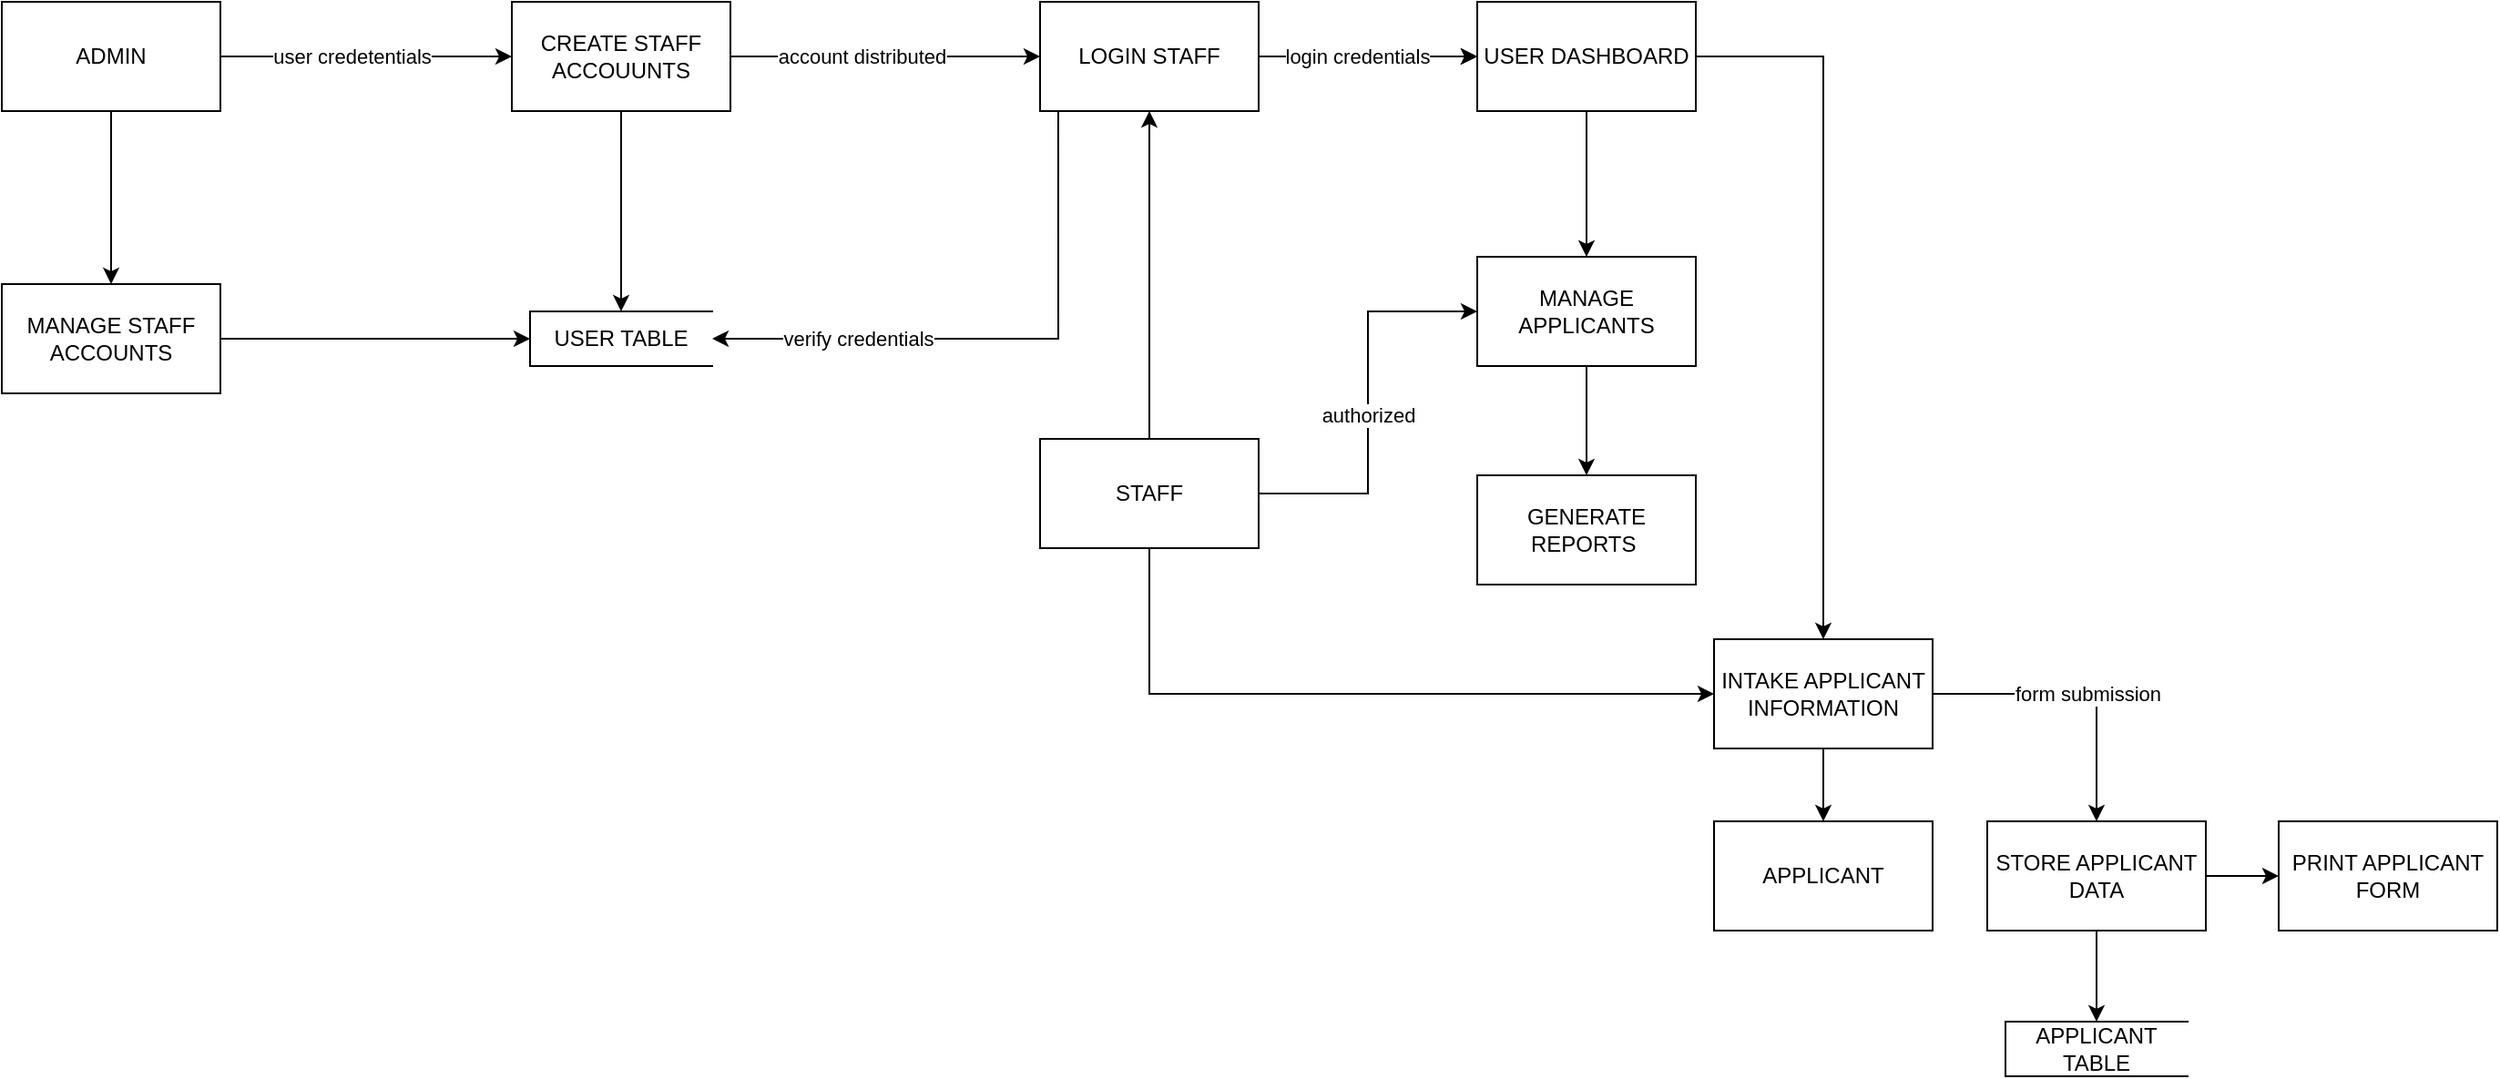
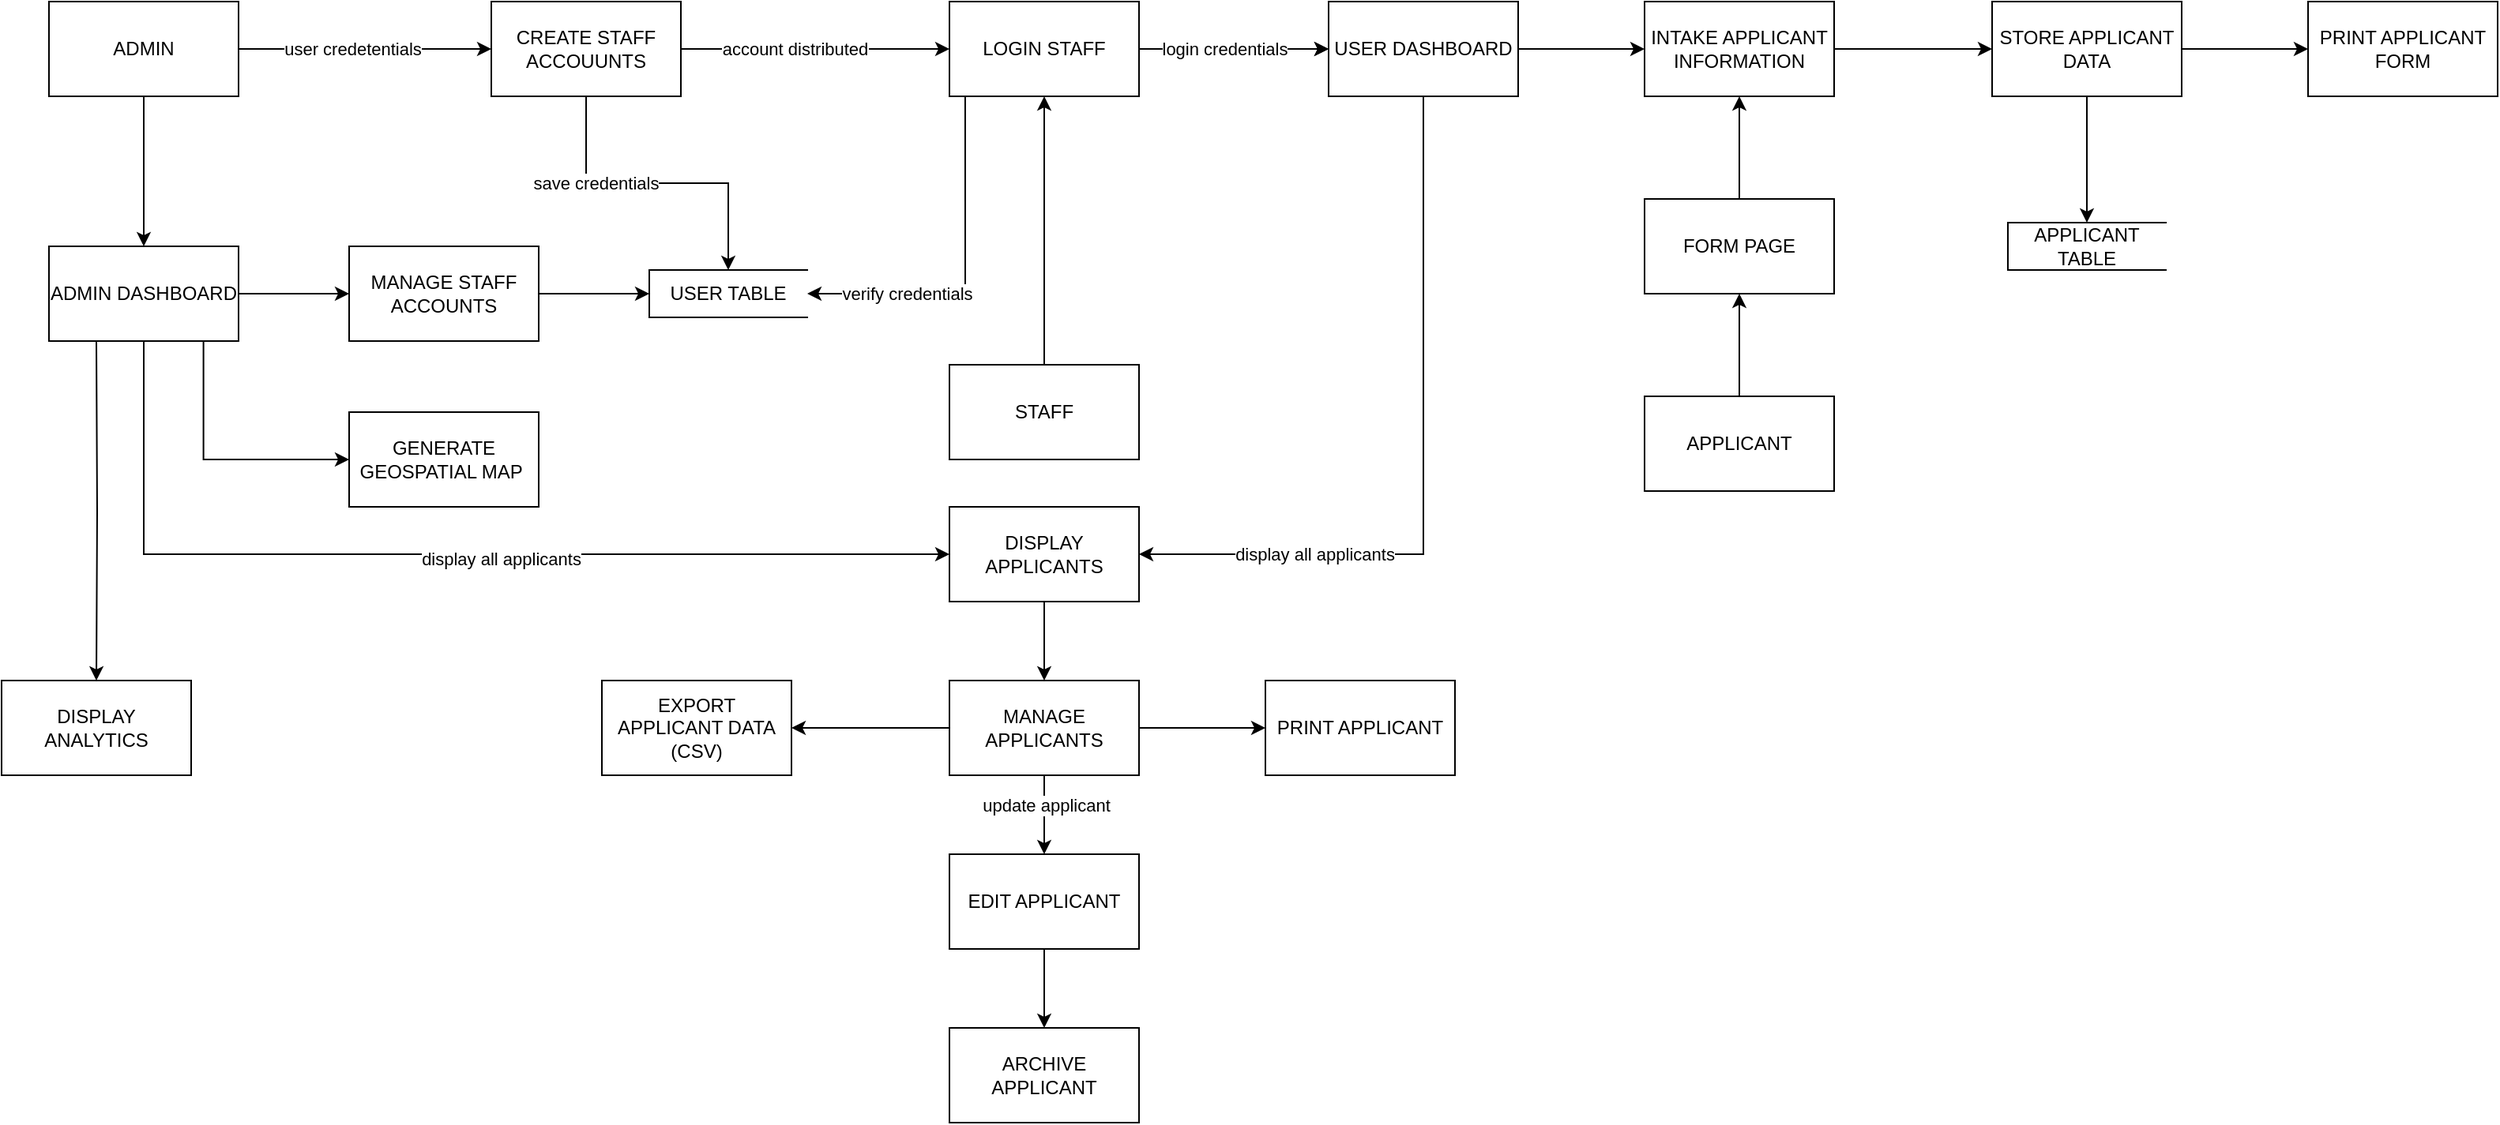
<mxfile host="app.diagrams.net" agent="Mozilla/5.0 (Windows NT 10.0; Win64; x64) AppleWebKit/537.36 (KHTML, like Gecko) Chrome/136.0.0.0 Safari/537.36" version="27.0.6">
  <diagram name="Page-1" id="t5rzh0xJjsQ6xpa7HA2k">
-     <mxGraphModel dx="2135" dy="890" grid="1" gridSize="10" guides="1" tooltips="1" connect="1" arrows="1" fold="1" page="1" pageScale="1" pageWidth="850" pageHeight="1100" math="0" shadow="0">
+     <mxGraphModel dx="1830" dy="763" grid="1" gridSize="10" guides="1" tooltips="1" connect="1" arrows="1" fold="1" page="1" pageScale="1" pageWidth="850" pageHeight="1100" math="0" shadow="0">
      <root>
        <mxCell id="0" />
        <mxCell id="1" parent="0" />
        <mxCell id="K7WplHady1vbZabaGS0h-5" value="" style="edgeStyle=orthogonalEdgeStyle;rounded=0;orthogonalLoop=1;jettySize=auto;html=1;" edge="1" parent="1" source="K7WplHady1vbZabaGS0h-1" target="K7WplHady1vbZabaGS0h-4">
          <mxGeometry relative="1" as="geometry" />
        </mxCell>
        <mxCell id="K7WplHady1vbZabaGS0h-6" value="user credetentials" style="edgeLabel;html=1;align=center;verticalAlign=middle;resizable=0;points=[];" vertex="1" connectable="0" parent="K7WplHady1vbZabaGS0h-5">
          <mxGeometry x="-0.4033" y="1" relative="1" as="geometry">
            <mxPoint x="24" y="1" as="offset" />
          </mxGeometry>
        </mxCell>
        <mxCell id="K7WplHady1vbZabaGS0h-47" value="" style="edgeStyle=orthogonalEdgeStyle;rounded=0;orthogonalLoop=1;jettySize=auto;html=1;" edge="1" parent="1" source="K7WplHady1vbZabaGS0h-1" target="K7WplHady1vbZabaGS0h-46">
          <mxGeometry relative="1" as="geometry" />
        </mxCell>
        <mxCell id="K7WplHady1vbZabaGS0h-1" value="ADMIN" style="rounded=0;whiteSpace=wrap;html=1;" vertex="1" parent="1">
          <mxGeometry x="40" y="50" width="120" height="60" as="geometry" />
        </mxCell>
        <mxCell id="K7WplHady1vbZabaGS0h-10" value="" style="edgeStyle=orthogonalEdgeStyle;rounded=0;orthogonalLoop=1;jettySize=auto;html=1;" edge="1" parent="1" source="K7WplHady1vbZabaGS0h-4" target="K7WplHady1vbZabaGS0h-9">
          <mxGeometry relative="1" as="geometry" />
        </mxCell>
        <mxCell id="K7WplHady1vbZabaGS0h-11" value="account distributed" style="edgeLabel;html=1;align=center;verticalAlign=middle;resizable=0;points=[];" vertex="1" connectable="0" parent="K7WplHady1vbZabaGS0h-10">
          <mxGeometry x="-0.16" y="-2" relative="1" as="geometry">
            <mxPoint y="-2" as="offset" />
          </mxGeometry>
        </mxCell>
        <mxCell id="K7WplHady1vbZabaGS0h-29" value="" style="edgeStyle=orthogonalEdgeStyle;rounded=0;orthogonalLoop=1;jettySize=auto;html=1;" edge="1" parent="1" source="K7WplHady1vbZabaGS0h-4" target="K7WplHady1vbZabaGS0h-28">
          <mxGeometry relative="1" as="geometry" />
        </mxCell>
+         <mxCell id="K7WplHady1vbZabaGS0h-81" value="save credentials" style="edgeLabel;html=1;align=center;verticalAlign=middle;resizable=0;points=[];" vertex="1" connectable="0" parent="K7WplHady1vbZabaGS0h-29">
+           <mxGeometry x="-0.3903" relative="1" as="geometry">
+             <mxPoint as="offset" />
+           </mxGeometry>
+         </mxCell>
        <mxCell id="K7WplHady1vbZabaGS0h-4" value="CREATE STAFF ACCOUUNTS" style="whiteSpace=wrap;html=1;rounded=0;" vertex="1" parent="1">
          <mxGeometry x="320" y="50" width="120" height="60" as="geometry" />
        </mxCell>
        <mxCell id="K7WplHady1vbZabaGS0h-13" value="" style="edgeStyle=orthogonalEdgeStyle;rounded=0;orthogonalLoop=1;jettySize=auto;html=1;" edge="1" parent="1" source="K7WplHady1vbZabaGS0h-23" target="K7WplHady1vbZabaGS0h-12">
          <mxGeometry relative="1" as="geometry" />
        </mxCell>
        <mxCell id="K7WplHady1vbZabaGS0h-24" value="" style="edgeStyle=orthogonalEdgeStyle;rounded=0;orthogonalLoop=1;jettySize=auto;html=1;" edge="1" parent="1" source="K7WplHady1vbZabaGS0h-9" target="K7WplHady1vbZabaGS0h-23">
          <mxGeometry relative="1" as="geometry" />
        </mxCell>
        <mxCell id="K7WplHady1vbZabaGS0h-30" style="edgeStyle=orthogonalEdgeStyle;rounded=0;orthogonalLoop=1;jettySize=auto;html=1;entryX=1;entryY=0.5;entryDx=0;entryDy=0;exitX=0.083;exitY=1;exitDx=0;exitDy=0;exitPerimeter=0;" edge="1" parent="1" source="K7WplHady1vbZabaGS0h-9" target="K7WplHady1vbZabaGS0h-28">
          <mxGeometry relative="1" as="geometry">
            <Array as="points">
              <mxPoint x="620" y="235" />
            </Array>
          </mxGeometry>
        </mxCell>
        <mxCell id="K7WplHady1vbZabaGS0h-31" value="verify credentials" style="edgeLabel;html=1;align=center;verticalAlign=middle;resizable=0;points=[];" vertex="1" connectable="0" parent="K7WplHady1vbZabaGS0h-30">
          <mxGeometry x="0.6146" y="4" relative="1" as="geometry">
            <mxPoint x="19" y="-4" as="offset" />
          </mxGeometry>
        </mxCell>
        <mxCell id="K7WplHady1vbZabaGS0h-9" value="LOGIN STAFF" style="rounded=0;whiteSpace=wrap;html=1;" vertex="1" parent="1">
          <mxGeometry x="610" y="50" width="120" height="60" as="geometry" />
        </mxCell>
-         <mxCell id="K7WplHady1vbZabaGS0h-19" value="" style="edgeStyle=orthogonalEdgeStyle;rounded=0;orthogonalLoop=1;jettySize=auto;html=1;" edge="1" parent="1" source="K7WplHady1vbZabaGS0h-12" target="K7WplHady1vbZabaGS0h-18">
-           <mxGeometry relative="1" as="geometry" />
-         </mxCell>
-         <mxCell id="K7WplHady1vbZabaGS0h-20" value="form submission" style="edgeLabel;html=1;align=center;verticalAlign=middle;resizable=0;points=[];" vertex="1" connectable="0" parent="K7WplHady1vbZabaGS0h-19">
-           <mxGeometry x="-0.2367" y="2" relative="1" as="geometry">
-             <mxPoint x="24" y="2" as="offset" />
-           </mxGeometry>
-         </mxCell>
-         <mxCell id="K7WplHady1vbZabaGS0h-45" value="" style="edgeStyle=orthogonalEdgeStyle;rounded=0;orthogonalLoop=1;jettySize=auto;html=1;" edge="1" parent="1" source="K7WplHady1vbZabaGS0h-12" target="K7WplHady1vbZabaGS0h-44">
+         <mxCell id="K7WplHady1vbZabaGS0h-57" value="" style="edgeStyle=orthogonalEdgeStyle;rounded=0;orthogonalLoop=1;jettySize=auto;html=1;" edge="1" parent="1" source="K7WplHady1vbZabaGS0h-12" target="K7WplHady1vbZabaGS0h-18">
          <mxGeometry relative="1" as="geometry" />
        </mxCell>
        <mxCell id="K7WplHady1vbZabaGS0h-12" value="INTAKE APPLICANT INFORMATION" style="whiteSpace=wrap;html=1;rounded=0;" vertex="1" parent="1">
-           <mxGeometry x="980" y="400" width="120" height="60" as="geometry" />
+           <mxGeometry x="1050" y="50" width="120" height="60" as="geometry" />
        </mxCell>
        <mxCell id="K7WplHady1vbZabaGS0h-17" value="" style="edgeStyle=orthogonalEdgeStyle;rounded=0;orthogonalLoop=1;jettySize=auto;html=1;" edge="1" parent="1" source="K7WplHady1vbZabaGS0h-16" target="K7WplHady1vbZabaGS0h-9">
          <mxGeometry relative="1" as="geometry" />
        </mxCell>
-         <mxCell id="K7WplHady1vbZabaGS0h-38" style="edgeStyle=orthogonalEdgeStyle;rounded=0;orthogonalLoop=1;jettySize=auto;html=1;entryX=0;entryY=0.5;entryDx=0;entryDy=0;" edge="1" parent="1" source="K7WplHady1vbZabaGS0h-16" target="K7WplHady1vbZabaGS0h-36">
-           <mxGeometry relative="1" as="geometry" />
-         </mxCell>
-         <mxCell id="K7WplHady1vbZabaGS0h-39" value="authorized" style="edgeLabel;html=1;align=center;verticalAlign=middle;resizable=0;points=[];" vertex="1" connectable="0" parent="K7WplHady1vbZabaGS0h-38">
-           <mxGeometry x="-0.058" relative="1" as="geometry">
-             <mxPoint as="offset" />
-           </mxGeometry>
-         </mxCell>
-         <mxCell id="K7WplHady1vbZabaGS0h-49" style="edgeStyle=orthogonalEdgeStyle;rounded=0;orthogonalLoop=1;jettySize=auto;html=1;entryX=0;entryY=0.5;entryDx=0;entryDy=0;" edge="1" parent="1" source="K7WplHady1vbZabaGS0h-16" target="K7WplHady1vbZabaGS0h-12">
-           <mxGeometry relative="1" as="geometry">
-             <Array as="points">
-               <mxPoint x="670" y="430" />
-             </Array>
-           </mxGeometry>
-         </mxCell>
        <mxCell id="K7WplHady1vbZabaGS0h-16" value="STAFF" style="rounded=0;whiteSpace=wrap;html=1;" vertex="1" parent="1">
-           <mxGeometry x="610" y="290" width="120" height="60" as="geometry" />
+           <mxGeometry x="610" y="280" width="120" height="60" as="geometry" />
        </mxCell>
        <mxCell id="K7WplHady1vbZabaGS0h-34" style="edgeStyle=orthogonalEdgeStyle;rounded=0;orthogonalLoop=1;jettySize=auto;html=1;entryX=0.5;entryY=0;entryDx=0;entryDy=0;" edge="1" parent="1" source="K7WplHady1vbZabaGS0h-18" target="K7WplHady1vbZabaGS0h-32">
          <mxGeometry relative="1" as="geometry" />
        </mxCell>
        <mxCell id="K7WplHady1vbZabaGS0h-43" value="" style="edgeStyle=orthogonalEdgeStyle;rounded=0;orthogonalLoop=1;jettySize=auto;html=1;" edge="1" parent="1" source="K7WplHady1vbZabaGS0h-18" target="K7WplHady1vbZabaGS0h-42">
          <mxGeometry relative="1" as="geometry" />
        </mxCell>
        <mxCell id="K7WplHady1vbZabaGS0h-18" value="STORE APPLICANT DATA" style="whiteSpace=wrap;html=1;rounded=0;" vertex="1" parent="1">
-           <mxGeometry x="1130" y="500" width="120" height="60" as="geometry" />
+           <mxGeometry x="1270" y="50" width="120" height="60" as="geometry" />
        </mxCell>
        <mxCell id="K7WplHady1vbZabaGS0h-25" value="" style="edgeStyle=orthogonalEdgeStyle;rounded=0;orthogonalLoop=1;jettySize=auto;html=1;" edge="1" parent="1" source="K7WplHady1vbZabaGS0h-9" target="K7WplHady1vbZabaGS0h-23">
          <mxGeometry relative="1" as="geometry">
            <mxPoint x="730" y="80" as="sourcePoint" />
            <mxPoint x="1050" y="80" as="targetPoint" />
          </mxGeometry>
        </mxCell>
        <mxCell id="K7WplHady1vbZabaGS0h-27" value="login credentials" style="edgeLabel;html=1;align=center;verticalAlign=middle;resizable=0;points=[];" vertex="1" connectable="0" parent="K7WplHady1vbZabaGS0h-25">
          <mxGeometry x="-0.2134" y="2" relative="1" as="geometry">
            <mxPoint x="7" y="2" as="offset" />
          </mxGeometry>
        </mxCell>
-         <mxCell id="K7WplHady1vbZabaGS0h-37" value="" style="edgeStyle=orthogonalEdgeStyle;rounded=0;orthogonalLoop=1;jettySize=auto;html=1;" edge="1" parent="1" source="K7WplHady1vbZabaGS0h-23" target="K7WplHady1vbZabaGS0h-36">
-           <mxGeometry relative="1" as="geometry" />
+         <mxCell id="K7WplHady1vbZabaGS0h-82" style="edgeStyle=orthogonalEdgeStyle;rounded=0;orthogonalLoop=1;jettySize=auto;html=1;entryX=1;entryY=0.5;entryDx=0;entryDy=0;" edge="1" parent="1" source="K7WplHady1vbZabaGS0h-23" target="K7WplHady1vbZabaGS0h-69">
+           <mxGeometry relative="1" as="geometry">
+             <Array as="points">
+               <mxPoint x="910" y="400" />
+             </Array>
+           </mxGeometry>
+         </mxCell>
+         <mxCell id="K7WplHady1vbZabaGS0h-88" value="display all applicants" style="edgeLabel;html=1;align=center;verticalAlign=middle;resizable=0;points=[];" vertex="1" connectable="0" parent="K7WplHady1vbZabaGS0h-82">
+           <mxGeometry x="0.4446" y="3" relative="1" as="geometry">
+             <mxPoint x="-20" y="-3" as="offset" />
+           </mxGeometry>
        </mxCell>
        <mxCell id="K7WplHady1vbZabaGS0h-23" value="USER DASHBOARD" style="whiteSpace=wrap;html=1;rounded=0;" vertex="1" parent="1">
          <mxGeometry x="850" y="50" width="120" height="60" as="geometry" />
        </mxCell>
        <mxCell id="K7WplHady1vbZabaGS0h-28" value="USER TABLE" style="html=1;dashed=0;whiteSpace=wrap;shape=partialRectangle;right=0;" vertex="1" parent="1">
-           <mxGeometry x="330" y="220" width="100" height="30" as="geometry" />
+           <mxGeometry x="420" y="220" width="100" height="30" as="geometry" />
        </mxCell>
        <mxCell id="K7WplHady1vbZabaGS0h-32" value="APPLICANT TABLE" style="html=1;dashed=0;whiteSpace=wrap;shape=partialRectangle;right=0;" vertex="1" parent="1">
-           <mxGeometry x="1140" y="610" width="100" height="30" as="geometry" />
-         </mxCell>
-         <mxCell id="K7WplHady1vbZabaGS0h-41" value="" style="edgeStyle=orthogonalEdgeStyle;rounded=0;orthogonalLoop=1;jettySize=auto;html=1;" edge="1" parent="1" source="K7WplHady1vbZabaGS0h-36" target="K7WplHady1vbZabaGS0h-40">
-           <mxGeometry relative="1" as="geometry" />
-         </mxCell>
-         <mxCell id="K7WplHady1vbZabaGS0h-36" value="MANAGE APPLICANTS" style="whiteSpace=wrap;html=1;rounded=0;" vertex="1" parent="1">
-           <mxGeometry x="850" y="190" width="120" height="60" as="geometry" />
-         </mxCell>
-         <mxCell id="K7WplHady1vbZabaGS0h-40" value="GENERATE REPORTS&amp;nbsp;" style="whiteSpace=wrap;html=1;rounded=0;" vertex="1" parent="1">
-           <mxGeometry x="850" y="310" width="120" height="60" as="geometry" />
+           <mxGeometry x="1280" y="190" width="100" height="30" as="geometry" />
        </mxCell>
        <mxCell id="K7WplHady1vbZabaGS0h-42" value="PRINT APPLICANT FORM" style="whiteSpace=wrap;html=1;rounded=0;" vertex="1" parent="1">
-           <mxGeometry x="1290" y="500" width="120" height="60" as="geometry" />
+           <mxGeometry x="1470" y="50" width="120" height="60" as="geometry" />
+         </mxCell>
+         <mxCell id="K7WplHady1vbZabaGS0h-53" value="" style="edgeStyle=orthogonalEdgeStyle;rounded=0;orthogonalLoop=1;jettySize=auto;html=1;exitX=0.815;exitY=0.954;exitDx=0;exitDy=0;exitPerimeter=0;" edge="1" parent="1" source="K7WplHady1vbZabaGS0h-46" target="K7WplHady1vbZabaGS0h-52">
+           <mxGeometry relative="1" as="geometry">
+             <Array as="points">
+               <mxPoint x="138" y="340" />
+             </Array>
+           </mxGeometry>
+         </mxCell>
+         <mxCell id="K7WplHady1vbZabaGS0h-59" value="" style="edgeStyle=orthogonalEdgeStyle;rounded=0;orthogonalLoop=1;jettySize=auto;html=1;" edge="1" parent="1" source="K7WplHady1vbZabaGS0h-46" target="K7WplHady1vbZabaGS0h-58">
+           <mxGeometry relative="1" as="geometry" />
+         </mxCell>
+         <mxCell id="K7WplHady1vbZabaGS0h-73" style="edgeStyle=orthogonalEdgeStyle;rounded=0;orthogonalLoop=1;jettySize=auto;html=1;entryX=0;entryY=0.5;entryDx=0;entryDy=0;" edge="1" parent="1" source="K7WplHady1vbZabaGS0h-46" target="K7WplHady1vbZabaGS0h-69">
+           <mxGeometry relative="1" as="geometry">
+             <Array as="points">
+               <mxPoint x="100" y="400" />
+             </Array>
+           </mxGeometry>
+         </mxCell>
+         <mxCell id="K7WplHady1vbZabaGS0h-80" value="display all applicants" style="edgeLabel;html=1;align=center;verticalAlign=middle;resizable=0;points=[];" vertex="1" connectable="0" parent="K7WplHady1vbZabaGS0h-73">
+           <mxGeometry x="0.1198" y="-3" relative="1" as="geometry">
+             <mxPoint as="offset" />
+           </mxGeometry>
+         </mxCell>
+         <mxCell id="K7WplHady1vbZabaGS0h-46" value="ADMIN DASHBOARD" style="whiteSpace=wrap;html=1;rounded=0;" vertex="1" parent="1">
+           <mxGeometry x="40" y="205" width="120" height="60" as="geometry" />
+         </mxCell>
+         <mxCell id="K7WplHady1vbZabaGS0h-62" value="" style="edgeStyle=orthogonalEdgeStyle;rounded=0;orthogonalLoop=1;jettySize=auto;html=1;" edge="1" parent="1" target="K7WplHady1vbZabaGS0h-61">
+           <mxGeometry relative="1" as="geometry">
+             <mxPoint x="70" y="265" as="sourcePoint" />
+           </mxGeometry>
+         </mxCell>
+         <mxCell id="K7WplHady1vbZabaGS0h-52" value="GENERATE GEOSPATIAL MAP&amp;nbsp;" style="whiteSpace=wrap;html=1;rounded=0;" vertex="1" parent="1">
+           <mxGeometry x="230" y="310" width="120" height="60" as="geometry" />
+         </mxCell>
+         <mxCell id="K7WplHady1vbZabaGS0h-90" value="" style="edgeStyle=orthogonalEdgeStyle;rounded=0;orthogonalLoop=1;jettySize=auto;html=1;" edge="1" parent="1" source="K7WplHady1vbZabaGS0h-44" target="K7WplHady1vbZabaGS0h-89">
+           <mxGeometry relative="1" as="geometry" />
        </mxCell>
        <mxCell id="K7WplHady1vbZabaGS0h-44" value="APPLICANT" style="whiteSpace=wrap;html=1;rounded=0;" vertex="1" parent="1">
-           <mxGeometry x="980" y="500" width="120" height="60" as="geometry" />
-         </mxCell>
-         <mxCell id="K7WplHady1vbZabaGS0h-48" style="edgeStyle=orthogonalEdgeStyle;rounded=0;orthogonalLoop=1;jettySize=auto;html=1;entryX=0;entryY=0.5;entryDx=0;entryDy=0;" edge="1" parent="1" source="K7WplHady1vbZabaGS0h-46" target="K7WplHady1vbZabaGS0h-28">
-           <mxGeometry relative="1" as="geometry" />
-         </mxCell>
-         <mxCell id="K7WplHady1vbZabaGS0h-46" value="MANAGE STAFF ACCOUNTS" style="whiteSpace=wrap;html=1;rounded=0;" vertex="1" parent="1">
-           <mxGeometry x="40" y="205" width="120" height="60" as="geometry" />
+           <mxGeometry x="1050" y="300" width="120" height="60" as="geometry" />
+         </mxCell>
+         <mxCell id="K7WplHady1vbZabaGS0h-60" value="" style="edgeStyle=orthogonalEdgeStyle;rounded=0;orthogonalLoop=1;jettySize=auto;html=1;" edge="1" parent="1" source="K7WplHady1vbZabaGS0h-58" target="K7WplHady1vbZabaGS0h-28">
+           <mxGeometry relative="1" as="geometry" />
+         </mxCell>
+         <mxCell id="K7WplHady1vbZabaGS0h-58" value="MANAGE STAFF ACCOUNTS" style="whiteSpace=wrap;html=1;rounded=0;" vertex="1" parent="1">
+           <mxGeometry x="230" y="205" width="120" height="60" as="geometry" />
+         </mxCell>
+         <mxCell id="K7WplHady1vbZabaGS0h-61" value="DISPLAY ANALYTICS" style="whiteSpace=wrap;html=1;rounded=0;" vertex="1" parent="1">
+           <mxGeometry x="10" y="480" width="120" height="60" as="geometry" />
+         </mxCell>
+         <mxCell id="K7WplHady1vbZabaGS0h-63" value="EXPORT APPLICANT DATA (CSV)" style="whiteSpace=wrap;html=1;rounded=0;" vertex="1" parent="1">
+           <mxGeometry x="390" y="480" width="120" height="60" as="geometry" />
+         </mxCell>
+         <mxCell id="K7WplHady1vbZabaGS0h-76" value="" style="edgeStyle=orthogonalEdgeStyle;rounded=0;orthogonalLoop=1;jettySize=auto;html=1;" edge="1" parent="1" source="K7WplHady1vbZabaGS0h-69" target="K7WplHady1vbZabaGS0h-75">
+           <mxGeometry relative="1" as="geometry" />
+         </mxCell>
+         <mxCell id="K7WplHady1vbZabaGS0h-69" value="DISPLAY APPLICANTS" style="whiteSpace=wrap;html=1;rounded=0;" vertex="1" parent="1">
+           <mxGeometry x="610" y="370" width="120" height="60" as="geometry" />
+         </mxCell>
+         <mxCell id="K7WplHady1vbZabaGS0h-77" value="" style="edgeStyle=orthogonalEdgeStyle;rounded=0;orthogonalLoop=1;jettySize=auto;html=1;" edge="1" parent="1" source="K7WplHady1vbZabaGS0h-75" target="K7WplHady1vbZabaGS0h-63">
+           <mxGeometry relative="1" as="geometry" />
+         </mxCell>
+         <mxCell id="K7WplHady1vbZabaGS0h-79" value="" style="edgeStyle=orthogonalEdgeStyle;rounded=0;orthogonalLoop=1;jettySize=auto;html=1;" edge="1" parent="1" source="K7WplHady1vbZabaGS0h-75" target="K7WplHady1vbZabaGS0h-78">
+           <mxGeometry relative="1" as="geometry" />
+         </mxCell>
+         <mxCell id="K7WplHady1vbZabaGS0h-85" value="update applicant" style="edgeLabel;html=1;align=center;verticalAlign=middle;resizable=0;points=[];" vertex="1" connectable="0" parent="K7WplHady1vbZabaGS0h-79">
+           <mxGeometry x="-0.232" y="1" relative="1" as="geometry">
+             <mxPoint as="offset" />
+           </mxGeometry>
+         </mxCell>
+         <mxCell id="K7WplHady1vbZabaGS0h-87" value="" style="edgeStyle=orthogonalEdgeStyle;rounded=0;orthogonalLoop=1;jettySize=auto;html=1;" edge="1" parent="1" source="K7WplHady1vbZabaGS0h-75" target="K7WplHady1vbZabaGS0h-86">
+           <mxGeometry relative="1" as="geometry" />
+         </mxCell>
+         <mxCell id="K7WplHady1vbZabaGS0h-75" value="MANAGE APPLICANTS" style="whiteSpace=wrap;html=1;rounded=0;" vertex="1" parent="1">
+           <mxGeometry x="610" y="480" width="120" height="60" as="geometry" />
+         </mxCell>
+         <mxCell id="K7WplHady1vbZabaGS0h-84" value="" style="edgeStyle=orthogonalEdgeStyle;rounded=0;orthogonalLoop=1;jettySize=auto;html=1;" edge="1" parent="1" source="K7WplHady1vbZabaGS0h-78" target="K7WplHady1vbZabaGS0h-83">
+           <mxGeometry relative="1" as="geometry" />
+         </mxCell>
+         <mxCell id="K7WplHady1vbZabaGS0h-78" value="EDIT APPLICANT" style="whiteSpace=wrap;html=1;rounded=0;" vertex="1" parent="1">
+           <mxGeometry x="610" y="590" width="120" height="60" as="geometry" />
+         </mxCell>
+         <mxCell id="K7WplHady1vbZabaGS0h-83" value="ARCHIVE APPLICANT" style="whiteSpace=wrap;html=1;rounded=0;" vertex="1" parent="1">
+           <mxGeometry x="610" y="700" width="120" height="60" as="geometry" />
+         </mxCell>
+         <mxCell id="K7WplHady1vbZabaGS0h-86" value="PRINT APPLICANT" style="whiteSpace=wrap;html=1;rounded=0;" vertex="1" parent="1">
+           <mxGeometry x="810" y="480" width="120" height="60" as="geometry" />
+         </mxCell>
+         <mxCell id="K7WplHady1vbZabaGS0h-91" value="" style="edgeStyle=orthogonalEdgeStyle;rounded=0;orthogonalLoop=1;jettySize=auto;html=1;" edge="1" parent="1" source="K7WplHady1vbZabaGS0h-89" target="K7WplHady1vbZabaGS0h-12">
+           <mxGeometry relative="1" as="geometry" />
+         </mxCell>
+         <mxCell id="K7WplHady1vbZabaGS0h-89" value="FORM PAGE" style="whiteSpace=wrap;html=1;rounded=0;" vertex="1" parent="1">
+           <mxGeometry x="1050" y="175" width="120" height="60" as="geometry" />
        </mxCell>
      </root>
    </mxGraphModel>
  </diagram>
</mxfile>
